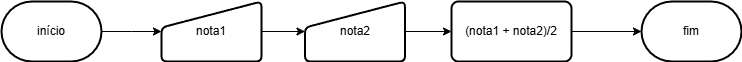
This is Parte-1/atividade1.png from kf-martins-uel/algoritmos-atividade1, a draw.io export, as it was before one commit. Source tidied: cells renumbered, new cells last; positions are measured from the earlier drawing's top-left corner, leaving out a move shared by most shapes.
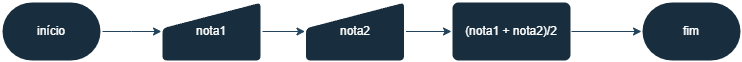
Above is the later version.

The edit, as a diff of the source:
```diff
@@ -2,33 +2,33 @@
   <root>
     <mxCell id="0" />
     <mxCell id="1" parent="0" />
-    <mxCell id="2" style="edgeStyle=orthogonalEdgeStyle;rounded=0;jettySize=auto;html=1;labelBackgroundColor=none;fontColor=default;" parent="1" edge="1" source="3">
+    <mxCell id="2" style="edgeStyle=orthogonalEdgeStyle;rounded=0;jettySize=auto;html=1;labelBackgroundColor=none;fontColor=default;strokeColor=#23445D;" parent="1" edge="1" source="3">
       <mxGeometry relative="1" as="geometry">
         <mxPoint x="160" y="30" as="targetPoint" />
       </mxGeometry>
     </mxCell>
-    <mxCell id="3" value="início" style="strokeWidth=2;html=1;shape=mxgraph.flowchart.terminator;whiteSpace=wrap;labelBackgroundColor=none;" parent="1" vertex="1">
+    <mxCell id="3" value="início" style="strokeWidth=2;html=1;shape=mxgraph.flowchart.terminator;whiteSpace=wrap;labelBackgroundColor=none;fillColor=#182E3E;strokeColor=#FFFFFF;fontColor=#FFFFFF;" parent="1" vertex="1">
       <mxGeometry width="100" height="60" as="geometry" />
     </mxCell>
-    <mxCell id="4" value="fim" style="strokeWidth=2;html=1;shape=mxgraph.flowchart.terminator;whiteSpace=wrap;labelBackgroundColor=none;" parent="1" vertex="1">
+    <mxCell id="4" value="fim" style="strokeWidth=2;html=1;shape=mxgraph.flowchart.terminator;whiteSpace=wrap;labelBackgroundColor=none;fillColor=#182E3E;strokeColor=#FFFFFF;fontColor=#FFFFFF;" parent="1" vertex="1">
       <mxGeometry x="640" width="100" height="60" as="geometry" />
     </mxCell>
-    <mxCell id="5" value="(nota1 + nota2)/2" style="rounded=1;whiteSpace=wrap;html=1;absoluteArcSize=1;arcSize=14;strokeWidth=2;labelBackgroundColor=none;" parent="1" vertex="1">
+    <mxCell id="5" value="(nota1 + nota2)/2" style="rounded=1;whiteSpace=wrap;html=1;absoluteArcSize=1;arcSize=14;strokeWidth=2;labelBackgroundColor=none;fillColor=#182E3E;strokeColor=#FFFFFF;fontColor=#FFFFFF;" parent="1" vertex="1">
       <mxGeometry x="450" width="120" height="60" as="geometry" />
     </mxCell>
-    <mxCell id="6" style="edgeStyle=orthogonalEdgeStyle;rounded=0;jettySize=auto;html=1;entryX=0;entryY=0.5;entryDx=0;entryDy=0;entryPerimeter=0;labelBackgroundColor=none;fontColor=default;" parent="1" edge="1" source="5" target="4">
+    <mxCell id="6" style="edgeStyle=orthogonalEdgeStyle;rounded=0;jettySize=auto;html=1;entryX=0;entryY=0.5;entryDx=0;entryDy=0;entryPerimeter=0;labelBackgroundColor=none;fontColor=default;strokeColor=#23445D;" parent="1" edge="1" source="5" target="4">
       <mxGeometry relative="1" as="geometry" />
     </mxCell>
-    <mxCell id="7" style="edgeStyle=orthogonalEdgeStyle;rounded=0;jettySize=auto;html=1;" parent="1" edge="1" source="8" target="10">
+    <mxCell id="7" style="edgeStyle=orthogonalEdgeStyle;rounded=0;jettySize=auto;html=1;labelBackgroundColor=none;strokeColor=#23445D;fontColor=default;" parent="1" edge="1" source="8" target="10">
       <mxGeometry relative="1" as="geometry" />
     </mxCell>
-    <mxCell id="8" value="nota1" style="html=1;strokeWidth=2;shape=manualInput;whiteSpace=wrap;rounded=1;size=26;arcSize=11;" parent="1" vertex="1">
+    <mxCell id="8" value="nota1" style="html=1;strokeWidth=2;shape=manualInput;whiteSpace=wrap;rounded=1;size=26;arcSize=11;labelBackgroundColor=none;fillColor=#182E3E;strokeColor=#FFFFFF;fontColor=#FFFFFF;" parent="1" vertex="1">
       <mxGeometry x="160" width="100" height="60" as="geometry" />
     </mxCell>
-    <mxCell id="9" style="edgeStyle=orthogonalEdgeStyle;rounded=0;jettySize=auto;html=1;entryX=0;entryY=0.5;entryDx=0;entryDy=0;" parent="1" edge="1" source="10" target="5">
+    <mxCell id="9" style="edgeStyle=orthogonalEdgeStyle;rounded=0;jettySize=auto;html=1;entryX=0;entryY=0.5;entryDx=0;entryDy=0;labelBackgroundColor=none;strokeColor=#23445D;fontColor=default;" parent="1" edge="1" source="10" target="5">
       <mxGeometry relative="1" as="geometry" />
     </mxCell>
-    <mxCell id="10" value="nota2" style="html=1;strokeWidth=2;shape=manualInput;whiteSpace=wrap;rounded=1;size=26;arcSize=11;" parent="1" vertex="1">
+    <mxCell id="10" value="nota2" style="html=1;strokeWidth=2;shape=manualInput;whiteSpace=wrap;rounded=1;size=26;arcSize=11;labelBackgroundColor=none;fillColor=#182E3E;strokeColor=#FFFFFF;fontColor=#FFFFFF;" parent="1" vertex="1">
       <mxGeometry x="303.5" width="100" height="60" as="geometry" />
     </mxCell>
   </root>
```
